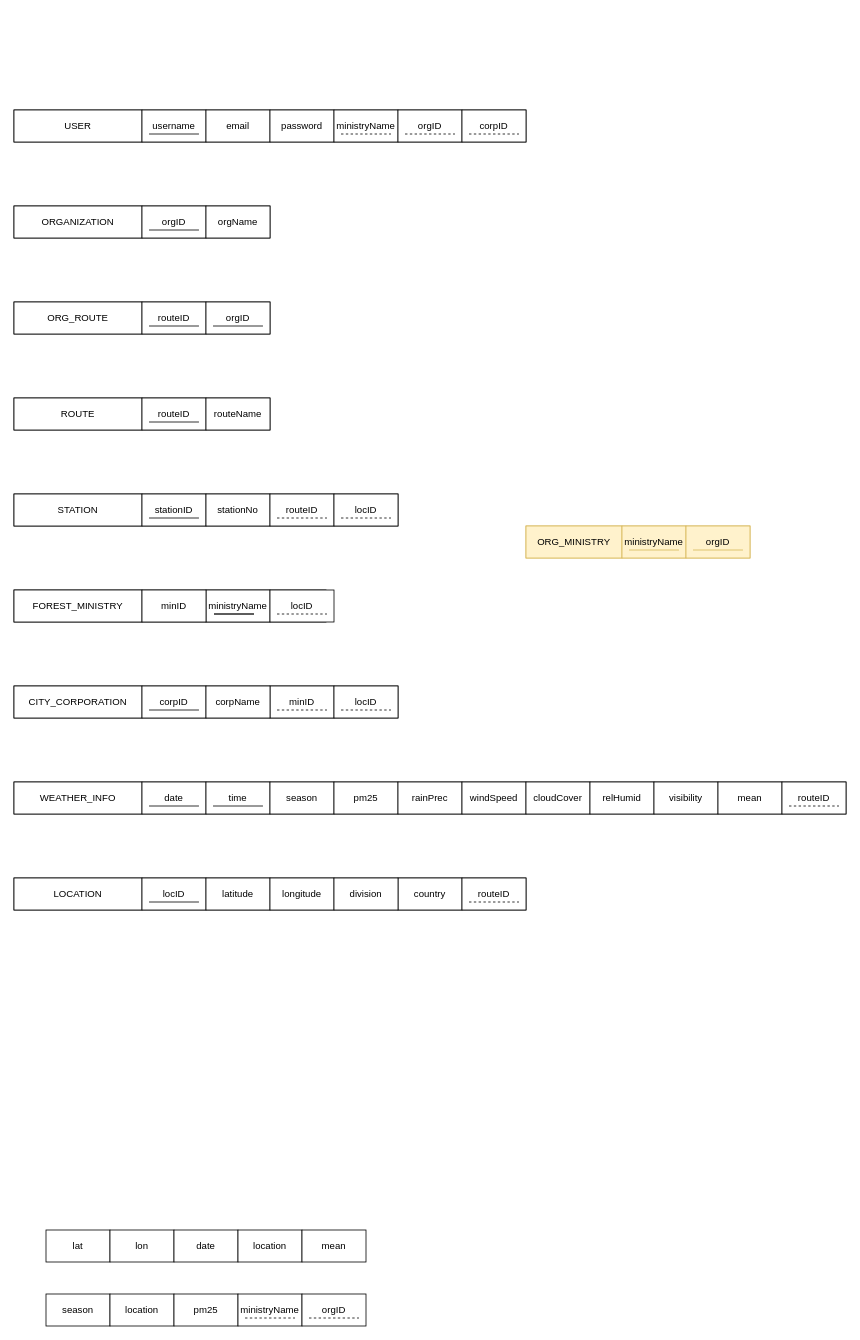
zorojuro75/CSE303-sec-03-Group-03 keeps this draw.io diagram as z-design/RELATIONAL_SCHEMA.drawio. Above is the earlier version. Source tidied: cells renumbered, new cells numbered last; positions are measured from the earlier drawing's top-left corner, leaving out a move shared by most shapes. Both pictures are drawn from the tidied source at 80%, with x=0, y=0 at pixel (14, 110).
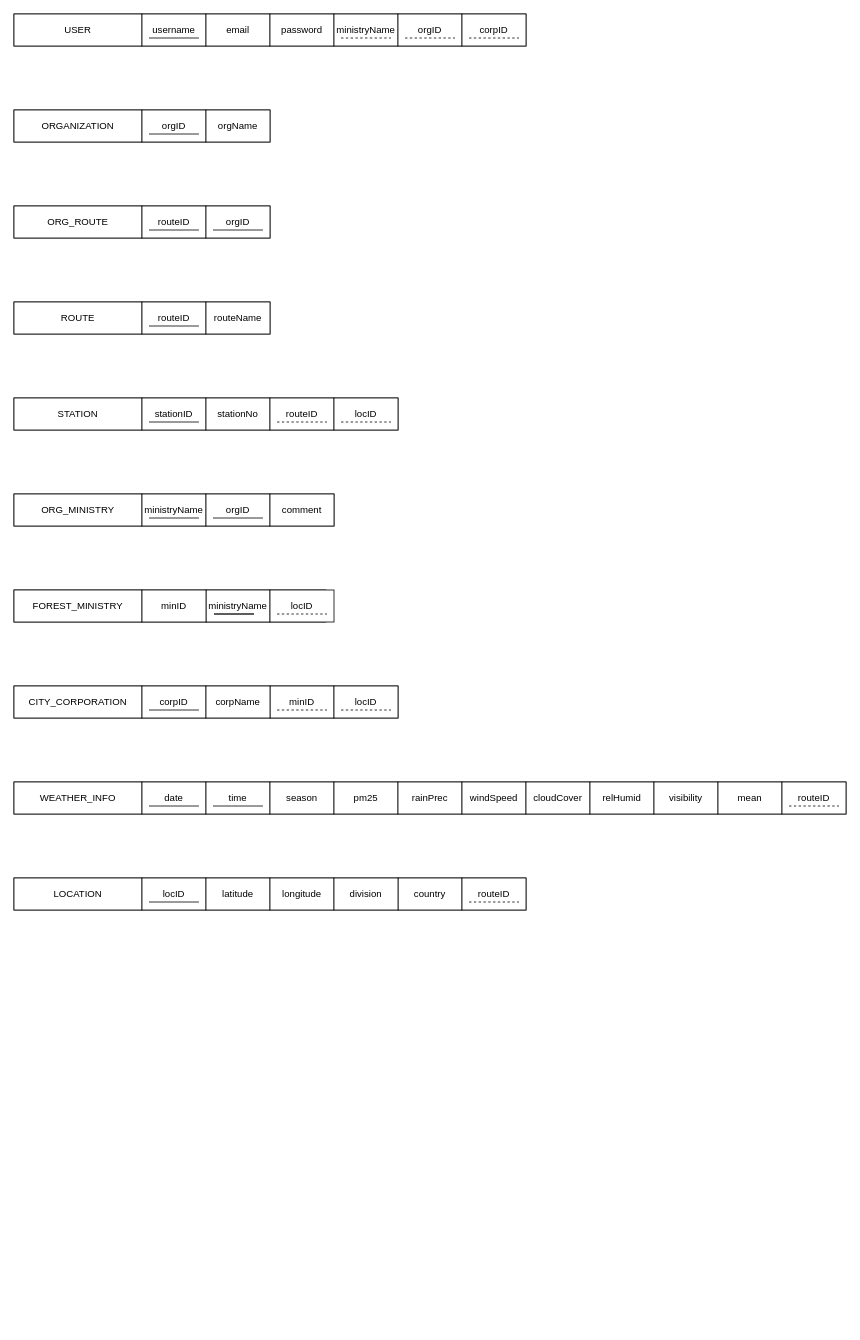
After the change.

The edit, as a diff of the source:
```diff
@@
     <mxCell id="2" style="rounded=0;whiteSpace=wrap;html=1;" parent="1" vertex="1">
-      <mxGeometry width="640" height="40" as="geometry" />
+      <mxGeometry y="-120" width="640" height="40" as="geometry" />
     </mxCell>
     <mxCell id="3" value="USER" style="rounded=0;whiteSpace=wrap;html=1;" parent="1" vertex="1">
-      <mxGeometry width="160" height="40" as="geometry" />
+      <mxGeometry y="-120" width="160" height="40" as="geometry" />
     </mxCell>
     <mxCell id="4" value="username" style="rounded=0;whiteSpace=wrap;html=1;" parent="1" vertex="1">
-      <mxGeometry x="160" width="80" height="40" as="geometry" />
+      <mxGeometry x="160" y="-120" width="80" height="40" as="geometry" />
     </mxCell>
     <mxCell id="5" value="email" style="rounded=0;whiteSpace=wrap;html=1;" parent="1" vertex="1">
-      <mxGeometry x="240" width="80" height="40" as="geometry" />
+      <mxGeometry x="240" y="-120" width="80" height="40" as="geometry" />
     </mxCell>
     <mxCell id="6" value="password" style="rounded=0;whiteSpace=wrap;html=1;" parent="1" vertex="1">
-      <mxGeometry x="320" width="80" height="40" as="geometry" />
+      <mxGeometry x="320" y="-120" width="80" height="40" as="geometry" />
     </mxCell>
     <mxCell id="7" style="rounded=0;whiteSpace=wrap;html=1;" parent="1" vertex="1">
-      <mxGeometry y="120" width="320" height="40" as="geometry" />
+      <mxGeometry width="320" height="40" as="geometry" />
     </mxCell>
     <mxCell id="8" value="ORGANIZATION" style="rounded=0;whiteSpace=wrap;html=1;" parent="1" vertex="1">
-      <mxGeometry y="120" width="160" height="40" as="geometry" />
+      <mxGeometry width="160" height="40" as="geometry" />
     </mxCell>
     <mxCell id="9" value="orgID" style="rounded=0;whiteSpace=wrap;html=1;" parent="1" vertex="1">
-      <mxGeometry x="160" y="120" width="80" height="40" as="geometry" />
+      <mxGeometry x="160" width="80" height="40" as="geometry" />
     </mxCell>
     <mxCell id="10" value="orgName" style="rounded=0;whiteSpace=wrap;html=1;" parent="1" vertex="1">
-      <mxGeometry x="240" y="120" width="80" height="40" as="geometry" />
+      <mxGeometry x="240" width="80" height="40" as="geometry" />
     </mxCell>
     <mxCell id="11" style="rounded=0;whiteSpace=wrap;html=1;" parent="1" vertex="1">
-      <mxGeometry y="360" width="320" height="40" as="geometry" />
+      <mxGeometry y="240" width="320" height="40" as="geometry" />
     </mxCell>
     <mxCell id="12" value="ROUTE" style="rounded=0;whiteSpace=wrap;html=1;" parent="1" vertex="1">
-      <mxGeometry y="360" width="160" height="40" as="geometry" />
+      <mxGeometry y="240" width="160" height="40" as="geometry" />
     </mxCell>
     <mxCell id="13" value="routeID" style="rounded=0;whiteSpace=wrap;html=1;" parent="1" vertex="1">
-      <mxGeometry x="160" y="360" width="80" height="40" as="geometry" />
+      <mxGeometry x="160" y="240" width="80" height="40" as="geometry" />
     </mxCell>
     <mxCell id="14" value="routeName" style="rounded=0;whiteSpace=wrap;html=1;" parent="1" vertex="1">
-      <mxGeometry x="240" y="360" width="80" height="40" as="geometry" />
+      <mxGeometry x="240" y="240" width="80" height="40" as="geometry" />
     </mxCell>
@@
     <mxCell id="18" style="rounded=0;whiteSpace=wrap;html=1;" parent="1" vertex="1">
-      <mxGeometry y="480" width="480" height="40" as="geometry" />
+      <mxGeometry y="360" width="480" height="40" as="geometry" />
     </mxCell>
     <mxCell id="19" value="STATION" style="rounded=0;whiteSpace=wrap;html=1;" parent="1" vertex="1">
-      <mxGeometry y="480" width="160" height="40" as="geometry" />
+      <mxGeometry y="360" width="160" height="40" as="geometry" />
     </mxCell>
     <mxCell id="20" value="stationID" style="rounded=0;whiteSpace=wrap;html=1;" parent="1" vertex="1">
-      <mxGeometry x="160" y="480" width="80" height="40" as="geometry" />
+      <mxGeometry x="160" y="360" width="80" height="40" as="geometry" />
     </mxCell>
     <mxCell id="21" value="stationNo" style="rounded=0;whiteSpace=wrap;html=1;" parent="1" vertex="1">
-      <mxGeometry x="240" y="480" width="80" height="40" as="geometry" />
+      <mxGeometry x="240" y="360" width="80" height="40" as="geometry" />
     </mxCell>
     <mxCell id="22" style="endArrow=none;html=1;rounded=0;" parent="1" edge="1">
       <mxGeometry relative="1" as="geometry">
-        <mxPoint x="168.8" y="30" as="sourcePoint" />
-        <mxPoint x="231.2" y="30" as="targetPoint" />
+        <mxPoint x="168.8" y="-90" as="sourcePoint" />
+        <mxPoint x="231.2" y="-90" as="targetPoint" />
       </mxGeometry>
     </mxCell>
     <mxCell id="23" style="endArrow=none;html=1;rounded=0;" parent="1" edge="1">
       <mxGeometry relative="1" as="geometry">
-        <mxPoint x="168.8" y="150" as="sourcePoint" />
-        <mxPoint x="231.2" y="150" as="targetPoint" />
+        <mxPoint x="168.8" y="30" as="sourcePoint" />
+        <mxPoint x="231.2" y="30" as="targetPoint" />
       </mxGeometry>
     </mxCell>
     <mxCell id="24" style="endArrow=none;html=1;rounded=0;" parent="1" edge="1">
       <mxGeometry relative="1" as="geometry">
-        <mxPoint x="168.8" y="390" as="sourcePoint" />
-        <mxPoint x="231.2" y="390" as="targetPoint" />
+        <mxPoint x="168.8" y="270" as="sourcePoint" />
+        <mxPoint x="231.2" y="270" as="targetPoint" />
       </mxGeometry>
     </mxCell>
@@
     <mxCell id="26" style="endArrow=none;html=1;rounded=0;" parent="1" edge="1">
       <mxGeometry relative="1" as="geometry">
-        <mxPoint x="168.8" y="510" as="sourcePoint" />
-        <mxPoint x="231.2" y="510" as="targetPoint" />
+        <mxPoint x="168.8" y="390" as="sourcePoint" />
+        <mxPoint x="231.2" y="390" as="targetPoint" />
       </mxGeometry>
     </mxCell>
@@
-    <mxCell id="29" style="rounded=0;whiteSpace=wrap;html=1;fillColor=#fff2cc;strokeColor=#d6b656;" parent="1" vertex="1">
-      <mxGeometry x="640" y="520" width="280" height="40" as="geometry" />
+    <mxCell id="29" style="rounded=0;whiteSpace=wrap;html=1;" parent="1" vertex="1">
+      <mxGeometry y="480" width="400" height="40" as="geometry" />
     </mxCell>
-    <mxCell id="30" value="ORG_MINISTRY" style="rounded=0;whiteSpace=wrap;html=1;fillColor=#fff2cc;strokeColor=#d6b656;" parent="1" vertex="1">
-      <mxGeometry x="640" y="520" width="120" height="40" as="geometry" />
+    <mxCell id="30" value="ORG_MINISTRY" style="rounded=0;whiteSpace=wrap;html=1;" parent="1" vertex="1">
+      <mxGeometry y="480" width="160" height="40" as="geometry" />
     </mxCell>
-    <mxCell id="31" value="ministryName" style="rounded=0;whiteSpace=wrap;html=1;fillColor=#fff2cc;strokeColor=#d6b656;" parent="1" vertex="1">
-      <mxGeometry x="760" y="520" width="80" height="40" as="geometry" />
+    <mxCell id="31" value="ministryName" style="rounded=0;whiteSpace=wrap;html=1;" parent="1" vertex="1">
+      <mxGeometry x="160" y="480" width="80" height="40" as="geometry" />
     </mxCell>
-    <mxCell id="32" style="endArrow=none;html=1;rounded=0;fillColor=#fff2cc;strokeColor=#d6b656;" parent="1" edge="1">
+    <mxCell id="32" style="endArrow=none;html=1;rounded=0;" parent="1" edge="1">
       <mxGeometry relative="1" as="geometry">
-        <mxPoint x="768.8" y="550" as="sourcePoint" />
-        <mxPoint x="831.2" y="550" as="targetPoint" />
+        <mxPoint x="168.8" y="510" as="sourcePoint" />
+        <mxPoint x="231.2" y="510" as="targetPoint" />
       </mxGeometry>
     </mxCell>
-    <mxCell id="33" value="orgID" style="rounded=0;whiteSpace=wrap;html=1;fillColor=#fff2cc;strokeColor=#d6b656;" parent="1" vertex="1">
-      <mxGeometry x="840" y="520" width="80" height="40" as="geometry" />
+    <mxCell id="33" value="orgID" style="rounded=0;whiteSpace=wrap;html=1;" parent="1" vertex="1">
+      <mxGeometry x="240" y="480" width="80" height="40" as="geometry" />
     </mxCell>
-    <mxCell id="34" style="endArrow=none;html=1;rounded=0;fillColor=#fff2cc;strokeColor=#d6b656;" parent="1" edge="1">
+    <mxCell id="34" style="endArrow=none;html=1;rounded=0;" parent="1" edge="1">
       <mxGeometry relative="1" as="geometry">
-        <mxPoint x="848.8" y="550" as="sourcePoint" />
-        <mxPoint x="911.2" y="550" as="targetPoint" />
+        <mxPoint x="248.8" y="510" as="sourcePoint" />
+        <mxPoint x="311.2" y="510" as="targetPoint" />
       </mxGeometry>
     </mxCell>
     <mxCell id="35" value="ministryName" style="rounded=0;whiteSpace=wrap;html=1;" parent="1" vertex="1">
-      <mxGeometry x="400" width="80" height="40" as="geometry" />
+      <mxGeometry x="400" y="-120" width="80" height="40" as="geometry" />
     </mxCell>
     <mxCell id="36" style="endArrow=none;html=1;rounded=0;dashed=1;" parent="1" edge="1">
       <mxGeometry relative="1" as="geometry">
-        <mxPoint x="408.8" y="30" as="sourcePoint" />
-        <mxPoint x="471.2" y="30" as="targetPoint" />
+        <mxPoint x="408.8" y="-90" as="sourcePoint" />
+        <mxPoint x="471.2" y="-90" as="targetPoint" />
       </mxGeometry>
     </mxCell>
     <mxCell id="37" value="orgID" style="rounded=0;whiteSpace=wrap;html=1;" parent="1" vertex="1">
-      <mxGeometry x="480" width="80" height="40" as="geometry" />
+      <mxGeometry x="480" y="-120" width="80" height="40" as="geometry" />
     </mxCell>
     <mxCell id="38" style="endArrow=none;html=1;rounded=0;dashed=1;" parent="1" edge="1">
       <mxGeometry relative="1" as="geometry">
-        <mxPoint x="488.8" y="30" as="sourcePoint" />
-        <mxPoint x="551.2" y="30" as="targetPoint" />
+        <mxPoint x="488.8" y="-90" as="sourcePoint" />
+        <mxPoint x="551.2" y="-90" as="targetPoint" />
       </mxGeometry>
     </mxCell>
-    <mxCell id="39" value="lat" style="rounded=0;whiteSpace=wrap;html=1;" parent="1" vertex="1">
-      <mxGeometry x="40" y="1400" width="80" height="40" as="geometry" />
-    </mxCell>
-    <mxCell id="40" value="lon" style="rounded=0;whiteSpace=wrap;html=1;" parent="1" vertex="1">
-      <mxGeometry x="120" y="1400" width="80" height="40" as="geometry" />
-    </mxCell>
-    <mxCell id="41" value="date" style="rounded=0;whiteSpace=wrap;html=1;" parent="1" vertex="1">
-      <mxGeometry x="200" y="1400" width="80" height="40" as="geometry" />
-    </mxCell>
-    <mxCell id="42" value="location" style="rounded=0;whiteSpace=wrap;html=1;" parent="1" vertex="1">
-      <mxGeometry x="280" y="1400" width="80" height="40" as="geometry" />
-    </mxCell>
-    <mxCell id="43" value="mean" style="rounded=0;whiteSpace=wrap;html=1;" parent="1" vertex="1">
-      <mxGeometry x="360" y="1400" width="80" height="40" as="geometry" />
-    </mxCell>
-    <mxCell id="44" value="season" style="rounded=0;whiteSpace=wrap;html=1;" parent="1" vertex="1">
-      <mxGeometry x="40" y="1480" width="80" height="40" as="geometry" />
-    </mxCell>
-    <mxCell id="45" value="location" style="rounded=0;whiteSpace=wrap;html=1;" parent="1" vertex="1">
-      <mxGeometry x="120" y="1480" width="80" height="40" as="geometry" />
-    </mxCell>
-    <mxCell id="46" value="pm25" style="rounded=0;whiteSpace=wrap;html=1;" parent="1" vertex="1">
-      <mxGeometry x="200" y="1480" width="80" height="40" as="geometry" />
-    </mxCell>
-    <mxCell id="47" value="ministryName" style="rounded=0;whiteSpace=wrap;html=1;" parent="1" vertex="1">
-      <mxGeometry x="280" y="1480" width="80" height="40" as="geometry" />
-    </mxCell>
-    <mxCell id="48" style="endArrow=none;html=1;rounded=0;dashed=1;" parent="1" edge="1">
-      <mxGeometry relative="1" as="geometry">
-        <mxPoint x="288.8" y="1510" as="sourcePoint" />
-        <mxPoint x="351.2" y="1510" as="targetPoint" />
-      </mxGeometry>
-    </mxCell>
-    <mxCell id="49" value="orgID" style="rounded=0;whiteSpace=wrap;html=1;" parent="1" vertex="1">
-      <mxGeometry x="360" y="1480" width="80" height="40" as="geometry" />
-    </mxCell>
-    <mxCell id="50" style="endArrow=none;html=1;rounded=0;dashed=1;" parent="1" edge="1">
-      <mxGeometry relative="1" as="geometry">
-        <mxPoint x="368.8" y="1510" as="sourcePoint" />
-        <mxPoint x="431.2" y="1510" as="targetPoint" />
-      </mxGeometry>
-    </mxCell>
@@
     <mxCell id="82" value="corpID" style="rounded=0;whiteSpace=wrap;html=1;" parent="1" vertex="1">
-      <mxGeometry x="560" width="80" height="40" as="geometry" />
+      <mxGeometry x="560" y="-120" width="80" height="40" as="geometry" />
     </mxCell>
     <mxCell id="83" style="endArrow=none;html=1;rounded=0;dashed=1;" parent="1" edge="1">
       <mxGeometry relative="1" as="geometry">
-        <mxPoint x="568.8" y="30" as="sourcePoint" />
-        <mxPoint x="631.2" y="30" as="targetPoint" />
+        <mxPoint x="568.8" y="-90" as="sourcePoint" />
+        <mxPoint x="631.2" y="-90" as="targetPoint" />
       </mxGeometry>
     </mxCell>
     <mxCell id="84" style="rounded=0;whiteSpace=wrap;html=1;" parent="1" vertex="1">
-      <mxGeometry y="240" width="320" height="40" as="geometry" />
+      <mxGeometry y="120" width="320" height="40" as="geometry" />
     </mxCell>
     <mxCell id="85" value="ORG_ROUTE" style="rounded=0;whiteSpace=wrap;html=1;" parent="1" vertex="1">
-      <mxGeometry y="240" width="160" height="40" as="geometry" />
+      <mxGeometry y="120" width="160" height="40" as="geometry" />
     </mxCell>
     <mxCell id="86" value="routeID" style="rounded=0;whiteSpace=wrap;html=1;" parent="1" vertex="1">
-      <mxGeometry x="160" y="240" width="80" height="40" as="geometry" />
+      <mxGeometry x="160" y="120" width="80" height="40" as="geometry" />
     </mxCell>
     <mxCell id="87" value="orgID" style="rounded=0;whiteSpace=wrap;html=1;" parent="1" vertex="1">
-      <mxGeometry x="240" y="240" width="80" height="40" as="geometry" />
+      <mxGeometry x="240" y="120" width="80" height="40" as="geometry" />
     </mxCell>
     <mxCell id="88" style="endArrow=none;html=1;rounded=0;" parent="1" edge="1">
       <mxGeometry relative="1" as="geometry">
-        <mxPoint x="168.8" y="270" as="sourcePoint" />
-        <mxPoint x="231.2" y="270" as="targetPoint" />
+        <mxPoint x="168.8" y="150" as="sourcePoint" />
+        <mxPoint x="231.2" y="150" as="targetPoint" />
       </mxGeometry>
     </mxCell>
     <mxCell id="89" style="endArrow=none;html=1;rounded=0;" parent="1" edge="1">
       <mxGeometry relative="1" as="geometry">
-        <mxPoint x="248.8" y="270" as="sourcePoint" />
-        <mxPoint x="311.2" y="270" as="targetPoint" />
+        <mxPoint x="248.8" y="150" as="sourcePoint" />
+        <mxPoint x="311.2" y="150" as="targetPoint" />
       </mxGeometry>
     </mxCell>
     <mxCell id="90" value="routeID" style="rounded=0;whiteSpace=wrap;html=1;" parent="1" vertex="1">
-      <mxGeometry x="320" y="480" width="80" height="40" as="geometry" />
+      <mxGeometry x="320" y="360" width="80" height="40" as="geometry" />
     </mxCell>
     <mxCell id="91" style="endArrow=none;html=1;rounded=0;dashed=1;" parent="1" edge="1">
       <mxGeometry relative="1" as="geometry">
-        <mxPoint x="328.8" y="510" as="sourcePoint" />
-        <mxPoint x="391.2" y="510" as="targetPoint" />
+        <mxPoint x="328.8" y="390" as="sourcePoint" />
+        <mxPoint x="391.2" y="390" as="targetPoint" />
       </mxGeometry>
     </mxCell>
     <mxCell id="92" value="locID" style="rounded=0;whiteSpace=wrap;html=1;" parent="1" vertex="1">
-      <mxGeometry x="400" y="480" width="80" height="40" as="geometry" />
+      <mxGeometry x="400" y="360" width="80" height="40" as="geometry" />
     </mxCell>
     <mxCell id="93" style="endArrow=none;html=1;rounded=0;dashed=1;" parent="1" edge="1">
       <mxGeometry relative="1" as="geometry">
-        <mxPoint x="408.8" y="510" as="sourcePoint" />
-        <mxPoint x="471.2" y="510" as="targetPoint" />
+        <mxPoint x="408.8" y="390" as="sourcePoint" />
+        <mxPoint x="471.2" y="390" as="targetPoint" />
       </mxGeometry>
     </mxCell>
@@
+    <mxCell id="99" value="comment" style="rounded=0;whiteSpace=wrap;html=1;" parent="1" vertex="1">
+      <mxGeometry x="320" y="480" width="80" height="40" as="geometry" />
+    </mxCell>
```
